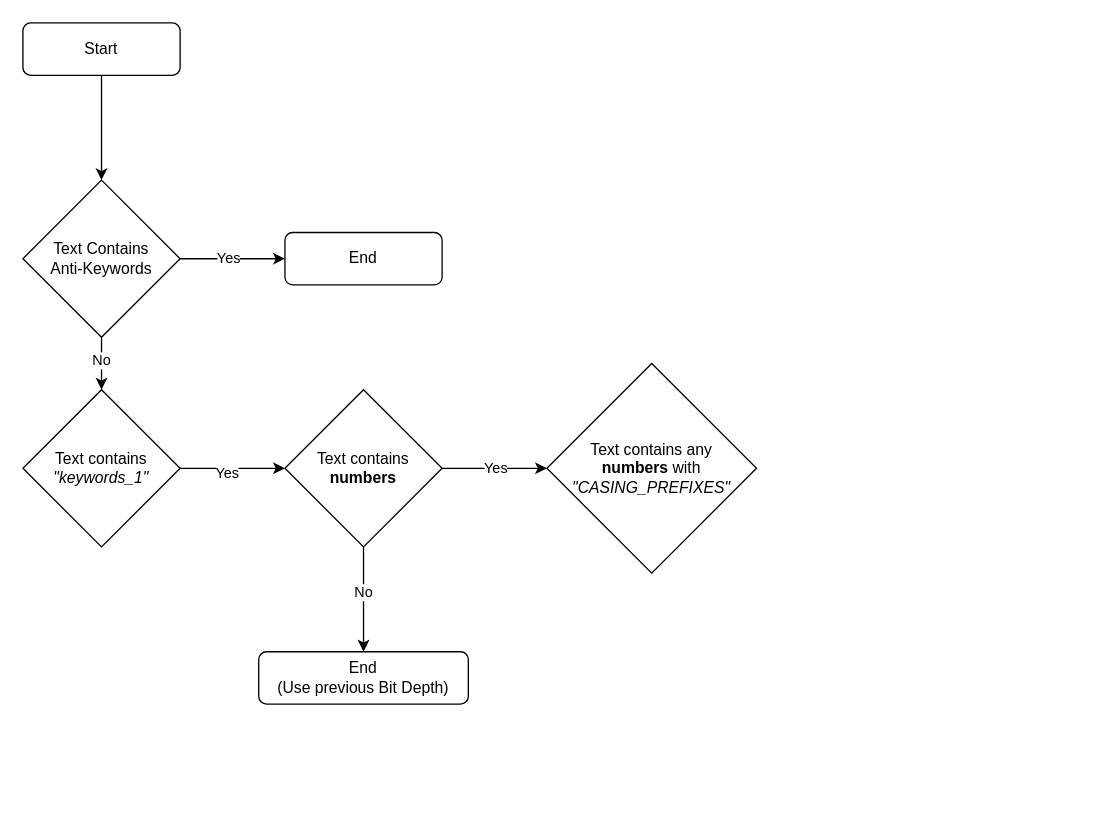
The draw.io diagram Untitled Diagram.drawio in Prathamesh-Ghatole/Gekko-Diagrams, before the edit. Source tidied: cells renumbered, new cells numbered last; positions are measured from the earlier drawing's top-left corner, leaving out a move shared by most shapes. Both pictures are drawn from the tidied source at 131%, with x=0, y=0 at pixel (22, 22).
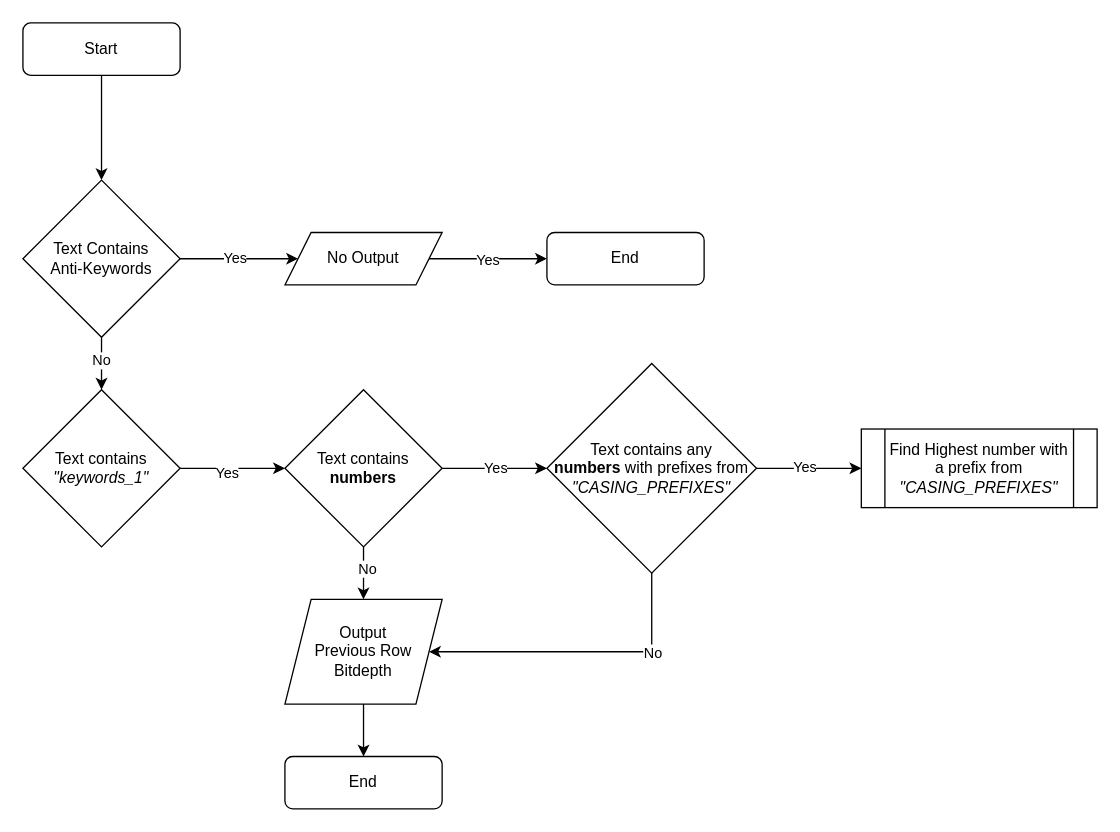
The same page after the edit.

The change refers to these unchanged cells:
```xml
<mxCell id="8" value="Text Contains &lt;br&gt;Anti-Keywords" style="rhombus;whiteSpace=wrap;html=1;" parent="1" vertex="1">
  <mxGeometry y="120" width="120" height="120" as="geometry" />
</mxCell>
<mxCell id="17" value="Text contains &lt;br&gt;&lt;b&gt;numbers&lt;/b&gt;" style="rhombus;whiteSpace=wrap;html=1;" parent="1" vertex="1">
  <mxGeometry x="200" y="280" width="120" height="120" as="geometry" />
</mxCell>
```

Diff of the diagram source:
```diff
@@
-    <mxCell id="4" style="edgeStyle=orthogonalEdgeStyle;rounded=0;jettySize=auto;html=1;" parent="1" edge="1" source="8" target="9">
+    <mxCell id="4" style="edgeStyle=orthogonalEdgeStyle;rounded=0;jettySize=auto;html=1;" parent="1" edge="1" source="8" target="28">
       <mxGeometry relative="1" as="geometry" />
     </mxCell>
@@
     <mxCell id="9" value="End" style="rounded=1;whiteSpace=wrap;html=1;" parent="1" vertex="1">
-      <mxGeometry x="200" y="160" width="120" height="40" as="geometry" />
+      <mxGeometry x="400" y="160" width="120" height="40" as="geometry" />
     </mxCell>
@@
-    <mxCell id="13" style="edgeStyle=orthogonalEdgeStyle;rounded=0;jettySize=auto;html=1;" parent="1" edge="1" source="17" target="18">
-      <mxGeometry relative="1" as="geometry" />
-    </mxCell>
-    <mxCell id="14" value="No" style="edgeLabel;html=1;align=center;verticalAlign=middle;" parent="13" vertex="1">
-      <mxGeometry x="-0.14" y="-1" relative="1" as="geometry" />
-    </mxCell>
@@
+    <mxCell id="20" style="edgeStyle=orthogonalEdgeStyle;rounded=0;jettySize=auto;html=1;exitX=0.5;exitY=1;exitDx=0;exitDy=0;entryX=0.5;entryY=0;entryDx=0;entryDy=0;" parent="1" edge="1" source="17" target="30">
+      <mxGeometry relative="1" as="geometry" />
+    </mxCell>
+    <mxCell id="21" value="No" style="edgeLabel;html=1;align=center;verticalAlign=middle;" parent="20" vertex="1">
+      <mxGeometry x="-0.18" y="2" relative="1" as="geometry" />
+    </mxCell>
@@
-    <mxCell id="18" value="End&lt;div&gt;(Use previous Bit Depth)&lt;/div&gt;" style="rounded=1;whiteSpace=wrap;html=1;" parent="1" vertex="1">
-      <mxGeometry x="180" y="480" width="160" height="40" as="geometry" />
+    <mxCell id="18" value="End" style="rounded=1;whiteSpace=wrap;html=1;" parent="1" vertex="1">
+      <mxGeometry x="200" y="560" width="120" height="40" as="geometry" />
     </mxCell>
+    <mxCell id="22" style="edgeStyle=orthogonalEdgeStyle;rounded=0;jettySize=auto;html=1;" parent="1" edge="1" source="19" target="31">
+      <mxGeometry relative="1" as="geometry" />
+    </mxCell>
+    <mxCell id="23" value="Yes" style="edgeLabel;html=1;align=center;verticalAlign=middle;" parent="22" vertex="1">
+      <mxGeometry x="-0.09" y="2" relative="1" as="geometry" />
+    </mxCell>
+    <mxCell id="24" style="edgeStyle=orthogonalEdgeStyle;rounded=0;jettySize=auto;html=1;entryX=1;entryY=0.5;entryDx=0;entryDy=0;" parent="1" edge="1" source="19" target="30">
+      <mxGeometry relative="1" as="geometry">
+        <Array as="points">
+          <mxPoint x="480" y="480" />
+        </Array>
+      </mxGeometry>
+    </mxCell>
+    <mxCell id="25" value="No" style="edgeLabel;html=1;align=center;verticalAlign=middle;" parent="24" vertex="1">
+      <mxGeometry x="-0.73" relative="1" as="geometry">
+        <mxPoint y="29" as="offset" />
+      </mxGeometry>
+    </mxCell>
-    <mxCell id="19" value="Text contains any &lt;br&gt;&lt;b&gt;numbers &lt;/b&gt;with &lt;br&gt;&lt;i&gt;&quot;CASING_PREFIXES&quot;&lt;/i&gt;" style="rhombus;whiteSpace=wrap;html=1;" parent="1" vertex="1">
+    <mxCell id="19" value="Text contains any &lt;br&gt;&lt;b&gt;numbers &lt;/b&gt;with prefixes from&lt;br&gt;&lt;i&gt;&quot;CASING_PREFIXES&quot;&lt;/i&gt;" style="rhombus;whiteSpace=wrap;html=1;" parent="1" vertex="1">
       <mxGeometry x="400" y="260" width="160" height="160" as="geometry" />
     </mxCell>
+    <mxCell id="26" style="edgeStyle=orthogonalEdgeStyle;rounded=0;jettySize=auto;html=1;" parent="1" edge="1" source="28" target="9">
+      <mxGeometry relative="1" as="geometry" />
+    </mxCell>
+    <mxCell id="27" value="Yes" style="edgeLabel;html=1;align=center;verticalAlign=middle;" parent="26" vertex="1">
+      <mxGeometry x="-0.02" relative="1" as="geometry" />
+    </mxCell>
+    <mxCell id="28" value="No Output" style="shape=parallelogram;perimeter=parallelogramPerimeter;whiteSpace=wrap;html=1;fixedSize=1;" parent="1" vertex="1">
+      <mxGeometry x="200" y="160" width="120" height="40" as="geometry" />
+    </mxCell>
+    <mxCell id="29" style="edgeStyle=orthogonalEdgeStyle;rounded=0;jettySize=auto;html=1;" parent="1" edge="1" source="30" target="18">
+      <mxGeometry relative="1" as="geometry" />
+    </mxCell>
+    <mxCell id="30" value="Output &lt;br style=&quot;font-size: 12px;&quot;&gt;Previous Row Bitdepth" style="shape=parallelogram;perimeter=parallelogramPerimeter;whiteSpace=wrap;html=1;fixedSize=1;fontSize=12;" parent="1" vertex="1">
+      <mxGeometry x="200" y="440" width="120" height="80" as="geometry" />
+    </mxCell>
+    <mxCell id="31" value="Find Highest number with a prefix from &lt;i&gt;&quot;CASING_PREFIXES&quot;&lt;/i&gt;" style="shape=process;whiteSpace=wrap;html=1;backgroundOutline=1;" parent="1" vertex="1">
+      <mxGeometry x="640" y="310" width="180" height="60" as="geometry" />
+    </mxCell>
```
